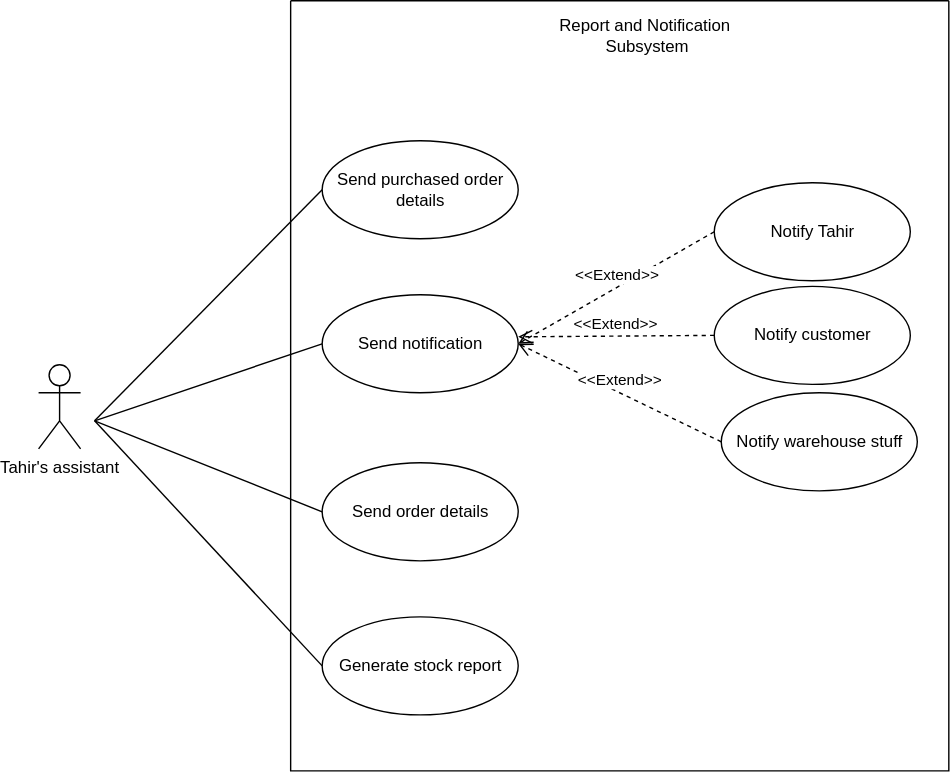
The draw.io diagram Notification & Alert.svg in Simamkele88/IFM3_GP, before a commit. Source tidied: cells renumbered, new cells last; positions are measured from the earlier drawing's top-left corner, leaving out a move shared by most shapes.
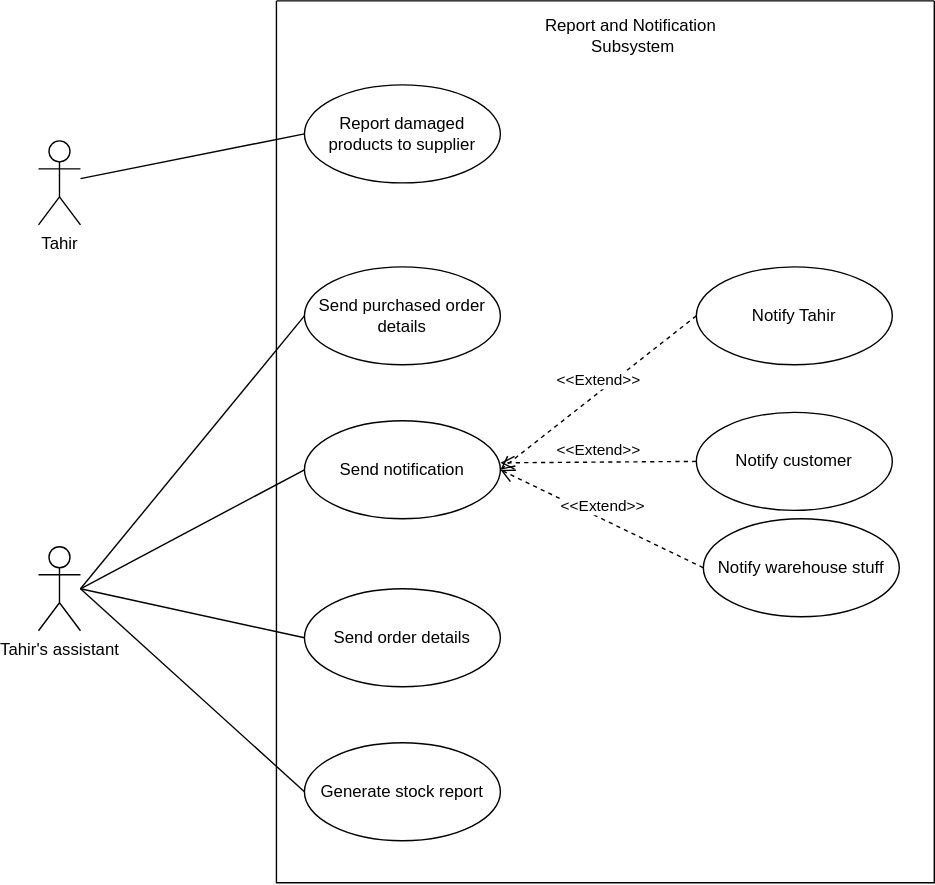
Above is the later version.

What changed in the source:
```diff
@@ -3,31 +3,34 @@
     <mxCell id="0" />
     <mxCell id="1" parent="0" />
     <mxCell id="2" style="swimlane;startSize=0;" parent="1" vertex="1">
-      <mxGeometry x="180" width="470" height="550" as="geometry" />
+      <mxGeometry x="180" width="470" height="630" as="geometry" />
     </mxCell>
     <mxCell id="3" value="Report and Notification&amp;nbsp; Subsystem" style="text;html=1;align=center;verticalAlign=middle;whiteSpace=wrap;rounded=0;" parent="2" vertex="1">
       <mxGeometry x="190" y="10" width="130" height="30" as="geometry" />
     </mxCell>
+    <mxCell id="19" value="Report damaged products to supplier" style="ellipse;whiteSpace=wrap;html=1;" parent="2" vertex="1">
+      <mxGeometry x="20" y="60" width="140" height="70" as="geometry" />
+    </mxCell>
     <mxCell id="4" value="Notify customer" style="ellipse;whiteSpace=wrap;html=1;" parent="2" vertex="1">
-      <mxGeometry x="302.5" y="204" width="140" height="70" as="geometry" />
+      <mxGeometry x="300" y="294" width="140" height="70" as="geometry" />
     </mxCell>
     <mxCell id="5" value="Notify warehouse stuff" style="ellipse;whiteSpace=wrap;html=1;" parent="2" vertex="1">
-      <mxGeometry x="307.5" y="280" width="140" height="70" as="geometry" />
+      <mxGeometry x="305" y="370" width="140" height="70" as="geometry" />
     </mxCell>
     <mxCell id="6" value="Generate stock report" style="ellipse;whiteSpace=wrap;html=1;" parent="2" vertex="1">
-      <mxGeometry x="22.5" y="440" width="140" height="70" as="geometry" />
+      <mxGeometry x="20" y="530" width="140" height="70" as="geometry" />
     </mxCell>
     <mxCell id="7" value="Send order details" style="ellipse;whiteSpace=wrap;html=1;" parent="2" vertex="1">
-      <mxGeometry x="22.5" y="330" width="140" height="70" as="geometry" />
+      <mxGeometry x="20" y="420" width="140" height="70" as="geometry" />
     </mxCell>
     <mxCell id="8" value="Send purchased order details" style="ellipse;whiteSpace=wrap;html=1;" parent="2" vertex="1">
-      <mxGeometry x="22.5" y="100" width="140" height="70" as="geometry" />
+      <mxGeometry x="20" y="190" width="140" height="70" as="geometry" />
     </mxCell>
     <mxCell id="9" value="Send notification" style="ellipse;whiteSpace=wrap;html=1;" parent="2" vertex="1">
-      <mxGeometry x="22.5" y="210" width="140" height="70" as="geometry" />
+      <mxGeometry x="20" y="300" width="140" height="70" as="geometry" />
     </mxCell>
     <mxCell id="10" value="Notify Tahir" style="ellipse;whiteSpace=wrap;html=1;" parent="2" vertex="1">
-      <mxGeometry x="302.5" y="130" width="140" height="70" as="geometry" />
+      <mxGeometry x="300" y="190" width="140" height="70" as="geometry" />
     </mxCell>
     <mxCell id="11" value="&amp;lt;&amp;lt;Extend&amp;gt;&amp;gt;" style="html=1;verticalAlign=bottom;endArrow=open;dashed=1;endSize=8;curved=0;rounded=0;entryX=1;entryY=0.429;entryDx=0;entryDy=0;entryPerimeter=0;exitX=0;exitY=0.5;exitDx=0;exitDy=0;" parent="2" edge="1" source="4" target="9">
       <mxGeometry relative="1" as="geometry" />
@@ -39,26 +42,32 @@
       <mxGeometry relative="1" as="geometry" />
     </mxCell>
     <mxCell id="14" value="Tahir's assistant" style="shape=umlActor;verticalLabelPosition=bottom;verticalAlign=top;html=1;" parent="1" vertex="1">
-      <mxGeometry y="260" width="30" height="60" as="geometry" />
+      <mxGeometry x="10" y="390" width="30" height="60" as="geometry" />
     </mxCell>
+    <mxCell id="20" value="Tahir" style="shape=umlActor;verticalLabelPosition=bottom;verticalAlign=top;html=1;" parent="1" vertex="1">
+      <mxGeometry x="10" y="100" width="30" height="60" as="geometry" />
+    </mxCell>
+    <mxCell id="21" style="endArrow=none;html=1;rounded=0;entryX=0;entryY=0.5;entryDx=0;entryDy=0;" parent="1" edge="1" source="20" target="19">
+      <mxGeometry relative="1" as="geometry" />
+    </mxCell>
     <mxCell id="15" style="endArrow=none;html=1;rounded=0;entryX=0;entryY=0.5;entryDx=0;entryDy=0;" parent="1" edge="1" target="8">
       <mxGeometry relative="1" as="geometry">
-        <mxPoint x="40" y="300" as="sourcePoint" />
+        <mxPoint x="40" y="420" as="sourcePoint" />
       </mxGeometry>
     </mxCell>
     <mxCell id="16" style="endArrow=none;html=1;rounded=0;entryX=0;entryY=0.5;entryDx=0;entryDy=0;" parent="1" edge="1" target="9">
       <mxGeometry relative="1" as="geometry">
-        <mxPoint x="40" y="300" as="sourcePoint" />
+        <mxPoint x="40" y="420" as="sourcePoint" />
       </mxGeometry>
     </mxCell>
     <mxCell id="17" style="endArrow=none;html=1;rounded=0;entryX=0;entryY=0.5;entryDx=0;entryDy=0;" parent="1" edge="1" target="7">
       <mxGeometry relative="1" as="geometry">
-        <mxPoint x="40" y="300" as="sourcePoint" />
+        <mxPoint x="40" y="420" as="sourcePoint" />
       </mxGeometry>
     </mxCell>
     <mxCell id="18" style="endArrow=none;html=1;rounded=0;entryX=0;entryY=0.5;entryDx=0;entryDy=0;" parent="1" edge="1" target="6">
       <mxGeometry relative="1" as="geometry">
-        <mxPoint x="40" y="300" as="sourcePoint" />
+        <mxPoint x="40" y="420" as="sourcePoint" />
       </mxGeometry>
     </mxCell>
   </root>
```
